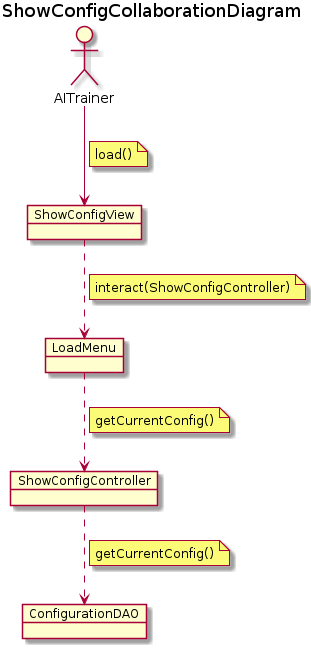
Before: docs/output/analysis/use-cases/ShowConfigCollaborationDiagram.png, a diagram exported from PlantUML (Master-Desarrollo-20-21/patrones-diseno---practica-final---juego-de-las-damas-fraylopez). Its diagram source:
```plantuml
@startuml ShowConfigCollaborationDiagram
title ShowConfigCollaborationDiagram

allow_mixing

actor AITrainer
object ShowConfigController

object ShowConfigView
object LoadMenu
object ConfigurationDAO

AITrainer --> ShowConfigView
note on link
    load()
end note
ShowConfigView ..> LoadMenu
note on link
    interact(ShowConfigController)
end note

LoadMenu ..> ShowConfigController
note on link
    getCurrentConfig()
end note

ShowConfigController ..> ConfigurationDAO
note on link
    getCurrentConfig()
end note

@enduml
```
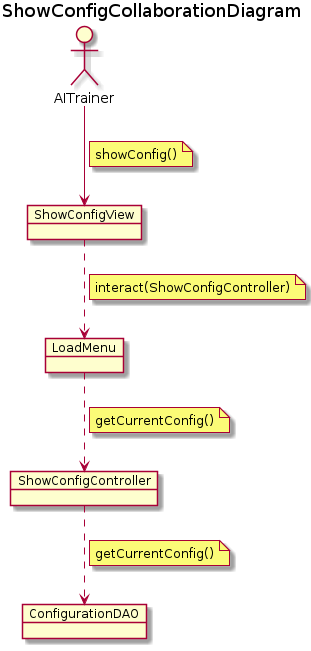
After the change.

What changed in the source:
```diff
@@ -12,7 +12,7 @@
 
 AITrainer --> ShowConfigView
 note on link
-    load()
+    showConfig()
 end note
 ShowConfigView ..> LoadMenu
 note on link
```
